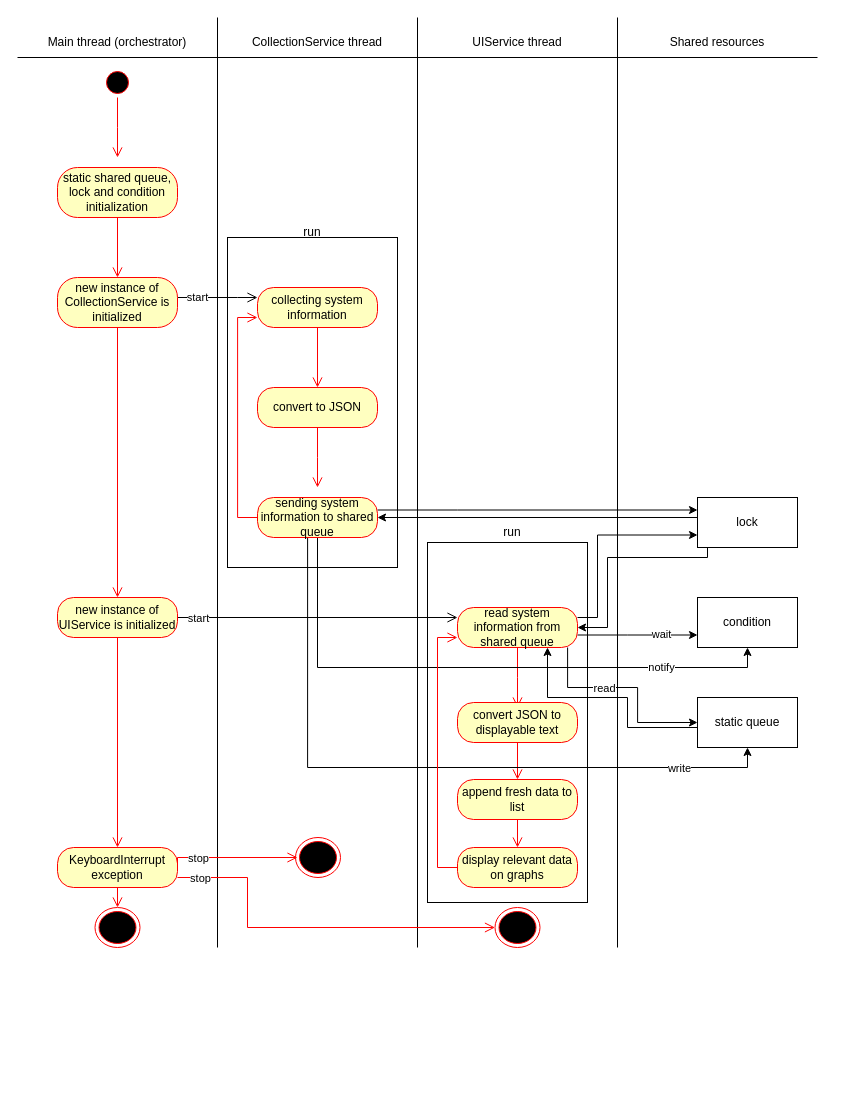
This is flowcharts/task_2.drawio from barakdo/System-Monitor-Service-Challenge, a draw.io file, before an edit. Source tidied: cells renumbered, new cells numbered last; positions are measured from the earlier drawing's top-left corner, leaving out a move shared by most shapes. Both pictures are drawn from the tidied source at 100%, with x=0, y=0 at pixel (17, 17).
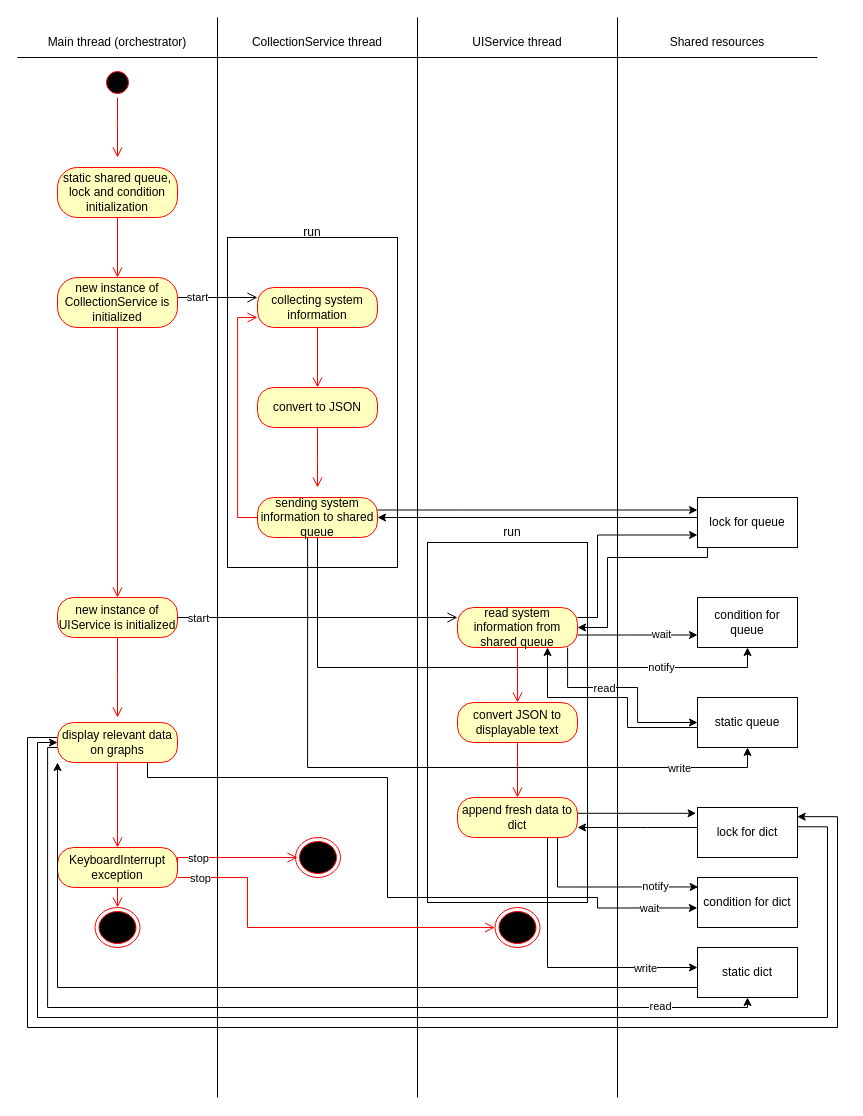
After the change.

Commit message (it also covers changes not shown here):
implement ui_service.py, fix flowchart main thread display graphs

The change refers to these unchanged cells:
```xml
<mxCell id="10" value="new instance of UIService is initialized" style="rounded=1;whiteSpace=wrap;html=1;arcSize=40;fontColor=#000000;fillColor=#ffffc0;strokeColor=#ff0000;" parent="1" vertex="1">
  <mxGeometry x="40" y="580" width="120" height="40" as="geometry" />
</mxCell>
<mxCell id="19" value="read system information from shared queue" style="rounded=1;whiteSpace=wrap;html=1;arcSize=40;fontColor=#000000;fillColor=#ffffc0;strokeColor=#ff0000;" parent="1" vertex="1">
  <mxGeometry x="440" y="590" width="120" height="40" as="geometry" />
</mxCell>
<mxCell id="21" value="convert JSON to displayable text" style="rounded=1;whiteSpace=wrap;html=1;arcSize=40;fontColor=#000000;fillColor=#ffffc0;strokeColor=#ff0000;" parent="1" vertex="1">
  <mxGeometry x="440" y="685" width="120" height="40" as="geometry" />
</mxCell>
<mxCell id="47" value="KeyboardInterrupt&lt;div&gt;exception&lt;/div&gt;" style="rounded=1;whiteSpace=wrap;html=1;arcSize=40;fontColor=#000000;fillColor=#ffffc0;strokeColor=#ff0000;" parent="1" vertex="1">
  <mxGeometry x="40" y="830" width="120" height="40" as="geometry" />
</mxCell>
```

What changed in the source:
```diff
@@
-    <mxCell id="11" style="edgeStyle=orthogonalEdgeStyle;html=1;verticalAlign=bottom;endArrow=open;endSize=8;strokeColor=#ff0000;rounded=0;entryX=0.5;entryY=0;entryDx=0;entryDy=0;" parent="1" edge="1" source="10" target="47">
-      <mxGeometry relative="1" as="geometry" />
+    <mxCell id="11" style="edgeStyle=orthogonalEdgeStyle;html=1;verticalAlign=bottom;endArrow=open;endSize=8;strokeColor=#ff0000;rounded=0;" parent="1" edge="1" source="10">
+      <mxGeometry relative="1" as="geometry">
+        <mxPoint x="100" y="700" as="targetPoint" />
+      </mxGeometry>
     </mxCell>
@@
-    <mxCell id="20" style="edgeStyle=orthogonalEdgeStyle;html=1;verticalAlign=bottom;endArrow=open;endSize=8;strokeColor=#ff0000;rounded=0;" parent="1" edge="1" source="19">
-      <mxGeometry relative="1" as="geometry">
-        <mxPoint x="500" y="690" as="targetPoint" />
-      </mxGeometry>
+    <mxCell id="20" style="edgeStyle=orthogonalEdgeStyle;html=1;verticalAlign=bottom;endArrow=open;endSize=8;strokeColor=#ff0000;rounded=0;entryX=0.5;entryY=0;entryDx=0;entryDy=0;" parent="1" edge="1" source="19" target="21">
+      <mxGeometry relative="1" as="geometry" />
     </mxCell>
@@
+    <mxCell id="64" style="edgeStyle=orthogonalEdgeStyle;rounded=0;jettySize=auto;html=1;entryX=0.997;entryY=0.183;entryDx=0;entryDy=0;entryPerimeter=0;" parent="1" edge="1" source="32" target="79">
+      <mxGeometry relative="1" as="geometry">
+        <Array as="points">
+          <mxPoint x="10" y="720" />
+          <mxPoint x="10" y="1010" />
+          <mxPoint x="820" y="1010" />
+          <mxPoint x="820" y="800" />
+          <mxPoint x="779.7" y="800" />
+        </Array>
+      </mxGeometry>
+    </mxCell>
+    <mxCell id="65" style="edgeStyle=orthogonalEdgeStyle;rounded=0;jettySize=auto;html=1;entryX=0.5;entryY=1;entryDx=0;entryDy=0;" parent="1" edge="1" source="32" target="75">
+      <mxGeometry relative="1" as="geometry">
+        <Array as="points">
+          <mxPoint x="30.1" y="730" />
+          <mxPoint x="30.1" y="990" />
+          <mxPoint x="730" y="990" />
+        </Array>
+      </mxGeometry>
+    </mxCell>
+    <mxCell id="66" value="read" style="edgeLabel;html=1;align=center;verticalAlign=middle;" parent="65" vertex="1">
+      <mxGeometry x="0.8" y="2" relative="1" as="geometry" />
+    </mxCell>
     <mxCell id="32" value="display relevant data on graphs" style="rounded=1;whiteSpace=wrap;html=1;arcSize=40;fontColor=#000000;fillColor=#ffffc0;strokeColor=#ff0000;" parent="1" vertex="1">
-      <mxGeometry x="440" y="830" width="120" height="40" as="geometry" />
+      <mxGeometry x="40" y="705" width="120" height="40" as="geometry" />
     </mxCell>
-    <mxCell id="33" style="edgeStyle=orthogonalEdgeStyle;html=1;verticalAlign=bottom;endArrow=open;endSize=8;strokeColor=#ff0000;rounded=0;entryX=0;entryY=0.75;entryDx=0;entryDy=0;exitX=0;exitY=0.5;exitDx=0;exitDy=0;" parent="1" edge="1" source="32" target="19">
-      <mxGeometry relative="1" as="geometry">
-        <Array as="points">
-          <mxPoint x="420" y="850" />
-          <mxPoint x="420" y="620" />
-        </Array>
-      </mxGeometry>
-    </mxCell>
     <mxCell id="34" style="endArrow=none;html=1;rounded=0;" parent="1" edge="1">
       <mxGeometry relative="1" as="geometry">
-        <mxPoint x="200" y="930" as="sourcePoint" />
+        <mxPoint x="200" y="1080" as="sourcePoint" />
         <mxPoint x="200" as="targetPoint" />
       </mxGeometry>
     </mxCell>
     <mxCell id="35" style="endArrow=none;html=1;rounded=0;" parent="1" edge="1">
       <mxGeometry relative="1" as="geometry">
-        <mxPoint x="400" y="930" as="sourcePoint" />
+        <mxPoint x="400" y="1080" as="sourcePoint" />
         <mxPoint x="400" as="targetPoint" />
       </mxGeometry>
     </mxCell>
     <mxCell id="36" style="endArrow=none;html=1;rounded=0;" parent="1" edge="1">
       <mxGeometry relative="1" as="geometry">
-        <mxPoint x="600" y="930" as="sourcePoint" />
+        <mxPoint x="600" y="1080" as="sourcePoint" />
         <mxPoint x="600" as="targetPoint" />
       </mxGeometry>
     </mxCell>
@@
-    <mxCell id="44" value="condition" style="html=1;whiteSpace=wrap;" parent="1" vertex="1">
+    <mxCell id="44" value="condition for queue" style="html=1;whiteSpace=wrap;" parent="1" vertex="1">
       <mxGeometry x="680" y="580" width="100" height="50" as="geometry" />
     </mxCell>
@@
-    <mxCell id="50" value="lock" style="html=1;whiteSpace=wrap;" parent="1" vertex="1">
+    <mxCell id="50" value="lock for queue" style="html=1;whiteSpace=wrap;" parent="1" vertex="1">
       <mxGeometry x="680" y="480" width="100" height="50" as="geometry" />
     </mxCell>
@@
+    <mxCell id="67" style="edgeStyle=orthogonalEdgeStyle;rounded=0;jettySize=auto;html=1;entryX=-0.014;entryY=0.116;entryDx=0;entryDy=0;entryPerimeter=0;" parent="1" edge="1" source="62" target="79">
+      <mxGeometry relative="1" as="geometry">
+        <Array as="points">
+          <mxPoint x="620" y="795.8" />
+          <mxPoint x="620" y="795.8" />
+        </Array>
+      </mxGeometry>
+    </mxCell>
+    <mxCell id="68" value="notify" style="edgeStyle=orthogonalEdgeStyle;rounded=0;jettySize=auto;html=1;entryX=0.007;entryY=0.189;entryDx=0;entryDy=0;entryPerimeter=0;" parent="1" edge="1" source="62" target="76">
+      <mxGeometry x="0.56" relative="1" as="geometry">
+        <Array as="points">
+          <mxPoint x="540" y="870" />
+          <mxPoint x="680.7" y="870" />
+        </Array>
+      </mxGeometry>
+    </mxCell>
+    <mxCell id="69" style="edgeStyle=orthogonalEdgeStyle;rounded=0;jettySize=auto;html=1;" parent="1" edge="1" source="62">
+      <mxGeometry relative="1" as="geometry">
+        <mxPoint x="680" y="950" as="targetPoint" />
+        <Array as="points">
+          <mxPoint x="530" y="950" />
+          <mxPoint x="680" y="950" />
+        </Array>
+      </mxGeometry>
+    </mxCell>
+    <mxCell id="70" value="write" style="edgeLabel;html=1;align=center;verticalAlign=middle;" parent="69" vertex="1">
+      <mxGeometry x="0.62" y="-1" relative="1" as="geometry">
+        <mxPoint y="-1" as="offset" />
+      </mxGeometry>
+    </mxCell>
+    <mxCell id="71" style="edgeStyle=orthogonalEdgeStyle;rounded=0;jettySize=auto;html=1;entryX=-0.002;entryY=0.609;entryDx=0;entryDy=0;exitX=0.75;exitY=1;exitDx=0;exitDy=0;entryPerimeter=0;" parent="1" edge="1" source="32" target="76">
+      <mxGeometry relative="1" as="geometry">
+        <Array as="points">
+          <mxPoint x="130" y="760" />
+          <mxPoint x="370" y="760" />
+          <mxPoint x="370" y="880" />
+          <mxPoint x="580" y="880" />
+          <mxPoint x="580" y="890" />
+          <mxPoint x="679.8" y="890" />
+        </Array>
+      </mxGeometry>
+    </mxCell>
+    <mxCell id="72" value="wait" style="edgeLabel;html=1;align=center;verticalAlign=middle;" parent="71" vertex="1">
+      <mxGeometry x="0.86" y="-1" relative="1" as="geometry">
+        <mxPoint y="-1" as="offset" />
+      </mxGeometry>
+    </mxCell>
-    <mxCell id="62" value="append fresh data to list" style="rounded=1;whiteSpace=wrap;html=1;arcSize=40;fontColor=#000000;fillColor=#ffffc0;strokeColor=#ff0000;" parent="1" vertex="1">
-      <mxGeometry x="440" y="762" width="120" height="40" as="geometry" />
+    <mxCell id="62" value="append fresh data to dict" style="rounded=1;whiteSpace=wrap;html=1;arcSize=40;fontColor=#000000;fillColor=#ffffc0;strokeColor=#ff0000;" parent="1" vertex="1">
+      <mxGeometry x="440" y="780" width="120" height="40" as="geometry" />
     </mxCell>
-    <mxCell id="63" style="edgeStyle=orthogonalEdgeStyle;html=1;verticalAlign=bottom;endArrow=open;endSize=8;strokeColor=#ff0000;rounded=0;exitX=0.5;exitY=1;exitDx=0;exitDy=0;entryX=0.5;entryY=0;entryDx=0;entryDy=0;" parent="1" edge="1" source="62" target="32">
-      <mxGeometry relative="1" as="geometry" />
-    </mxCell>
+    <mxCell id="73" style="edgeStyle=orthogonalEdgeStyle;html=1;verticalAlign=bottom;endArrow=open;endSize=8;strokeColor=#ff0000;rounded=0;entryX=0.5;entryY=0;entryDx=0;entryDy=0;exitX=0.5;exitY=1;exitDx=0;exitDy=0;" parent="1" edge="1" source="32" target="47">
+      <mxGeometry relative="1" as="geometry" />
+    </mxCell>
+    <mxCell id="74" style="edgeStyle=orthogonalEdgeStyle;rounded=0;jettySize=auto;html=1;entryX=0;entryY=1;entryDx=0;entryDy=0;" parent="1" edge="1" source="75" target="32">
+      <mxGeometry relative="1" as="geometry">
+        <Array as="points">
+          <mxPoint x="40" y="970" />
+        </Array>
+      </mxGeometry>
+    </mxCell>
+    <mxCell id="75" value="static dict" style="html=1;whiteSpace=wrap;" parent="1" vertex="1">
+      <mxGeometry x="680" y="930" width="100" height="50" as="geometry" />
+    </mxCell>
+    <mxCell id="76" value="condition for dict" style="html=1;whiteSpace=wrap;" parent="1" vertex="1">
+      <mxGeometry x="680" y="860" width="100" height="50" as="geometry" />
+    </mxCell>
+    <mxCell id="77" style="edgeStyle=orthogonalEdgeStyle;rounded=0;jettySize=auto;html=1;entryX=1;entryY=0.75;entryDx=0;entryDy=0;" parent="1" edge="1" source="79" target="62">
+      <mxGeometry relative="1" as="geometry">
+        <Array as="points">
+          <mxPoint x="630" y="810" />
+          <mxPoint x="630" y="810" />
+        </Array>
+      </mxGeometry>
+    </mxCell>
+    <mxCell id="78" style="edgeStyle=orthogonalEdgeStyle;rounded=0;jettySize=auto;html=1;entryX=0;entryY=0.5;entryDx=0;entryDy=0;exitX=0.995;exitY=0.385;exitDx=0;exitDy=0;exitPerimeter=0;" parent="1" edge="1" source="79" target="32">
+      <mxGeometry relative="1" as="geometry">
+        <Array as="points">
+          <mxPoint x="810" y="809.3" />
+          <mxPoint x="810" y="1000" />
+          <mxPoint x="20" y="1000" />
+          <mxPoint x="20" y="725" />
+        </Array>
+      </mxGeometry>
+    </mxCell>
+    <mxCell id="79" value="lock for dict" style="html=1;whiteSpace=wrap;" parent="1" vertex="1">
+      <mxGeometry x="680" y="790" width="100" height="50" as="geometry" />
+    </mxCell>
```
